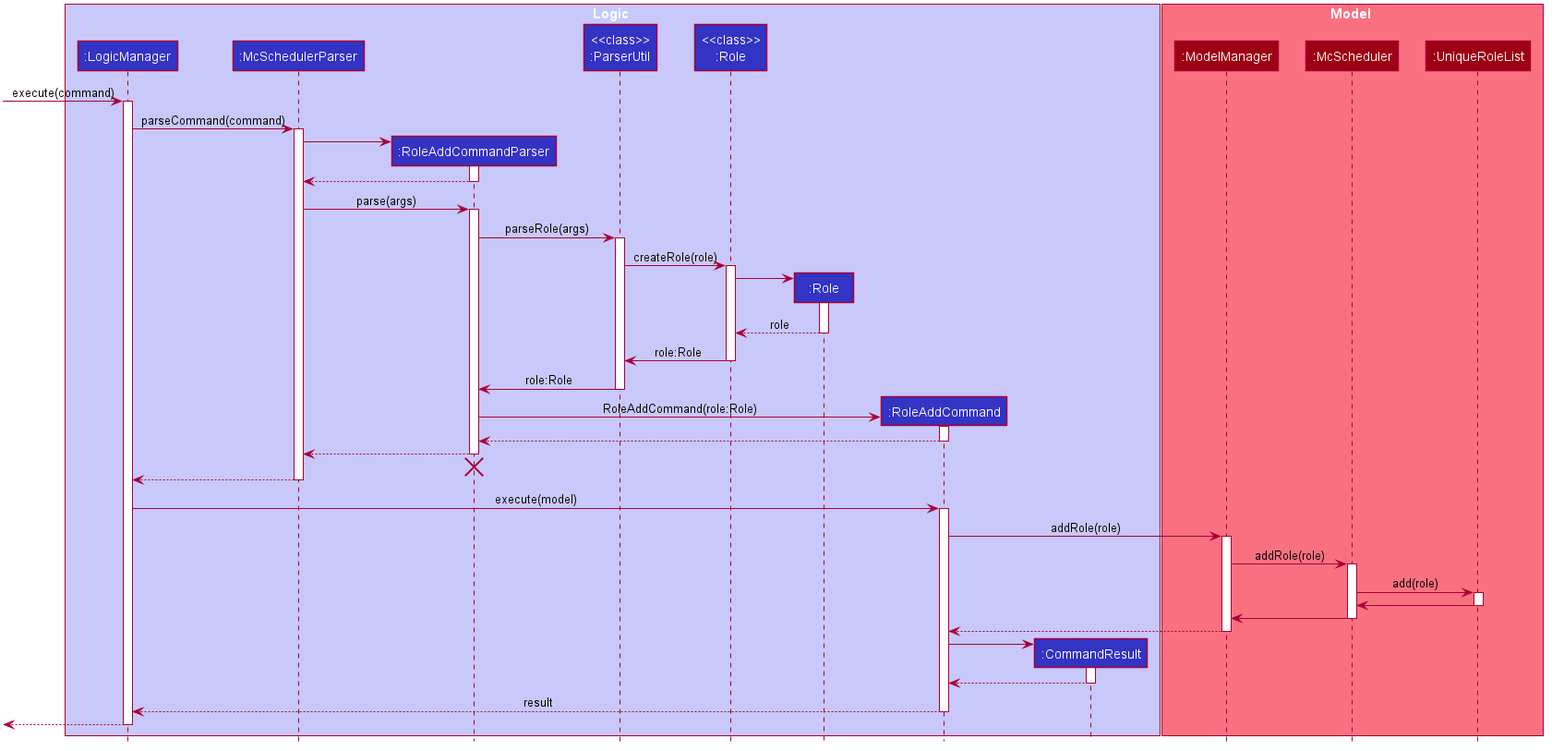
Above: docs/images/AddRoleSequenceDiagram.png in wakululuu/tp (PlantUML), before the change. Source of this version:
```plantuml
@startuml








skinparam BackgroundColor #FFFFFFF

skinparam Shadowing false

skinparam Class {
    FontColor #FFFFFF
    BorderThickness 1
    BorderColor #FFFFFF
    StereotypeFontColor #FFFFFF
    FontName Arial
    AttributeFontColor #FFFFFF
    AttributeFontName Arial
}

skinparam Actor {
    BorderColor #000000
    Color #000000
    FontName Arial
}

skinparam Sequence {
    MessageAlign center
    BoxFontSize 15
    BoxPadding 0
    BoxFontColor #FFFFFF
    FontName Arial
}

skinparam Participant {
    FontColor #FFFFFFF
    Padding 20
}

skinparam MinClassWidth 50
skinparam ParticipantPadding 10
skinparam Shadowing false
skinparam DefaultTextAlignment center
skinparam packageStyle Rectangle

hide footbox
hide empty members
hide circle

box Logic #C8C8FA
participant ":LogicManager" as LogicManager #3333C4
participant ":McSchedulerParser" as McSchedulerParser #3333C4
participant ":RoleAddCommandParser" as RoleAddCommandParser #3333C4
participant "<<class>>\n:ParserUtil" as ParserUtil #3333C4
participant "<<class>>\n:Role" as Role_CLASS #3333C4
participant ":Role" as Role #3333C4
participant ":RoleAddCommand" as RoleAddCommand #3333C4
participant ":CommandResult" as CommandResult #3333C4
end box

box Model #F97181
participant ":ModelManager" as ModelManager #9D0012
participant ":McScheduler" as McScheduler #9D0012
participant ":UniqueRoleList" as UniqueRoleList #9D0012
end box

[-> LogicManager : execute(command)
activate LogicManager

LogicManager -> McSchedulerParser : parseCommand(command)
activate McSchedulerParser

create RoleAddCommandParser
McSchedulerParser -> RoleAddCommandParser
activate RoleAddCommandParser

RoleAddCommandParser --> McSchedulerParser
deactivate RoleAddCommandParser

McSchedulerParser -> RoleAddCommandParser : parse(args)
activate RoleAddCommandParser

RoleAddCommandParser -> ParserUtil : parseRole(args)
activate ParserUtil

ParserUtil -> Role_CLASS : createRole(role)
activate Role_CLASS

create Role
Role_CLASS -> Role
activate Role

return role
deactivate Role

Role_CLASS -> ParserUtil : role:Role
deactivate Role_CLASS

ParserUtil -> RoleAddCommandParser : role:Role
deactivate ParserUtil

create RoleAddCommand
RoleAddCommandParser -> RoleAddCommand : RoleAddCommand(role:Role)
activate RoleAddCommand


RoleAddCommand --> RoleAddCommandParser
deactivate RoleAddCommand

RoleAddCommandParser --> McSchedulerParser
deactivate RoleAddCommandParser
RoleAddCommandParser -[hidden]-> McSchedulerParser
destroy RoleAddCommandParser

McSchedulerParser --> LogicManager
deactivate McSchedulerParser

LogicManager -> RoleAddCommand : execute(model)
activate RoleAddCommand

RoleAddCommand -> ModelManager : addRole(role)
activate ModelManager

ModelManager -> McScheduler : addRole(role)
activate McScheduler

McScheduler -> UniqueRoleList : add(role)
activate UniqueRoleList

UniqueRoleList -> McScheduler
deactivate UniqueRoleList

McScheduler -> ModelManager
deactivate McScheduler

ModelManager --> RoleAddCommand
deactivate ModelManager

create CommandResult
RoleAddCommand -> CommandResult
activate CommandResult

CommandResult --> RoleAddCommand
deactivate CommandResult

RoleAddCommand --> LogicManager : result
deactivate RoleAddCommand

[<--LogicManager
deactivate LogicManager
@enduml
```
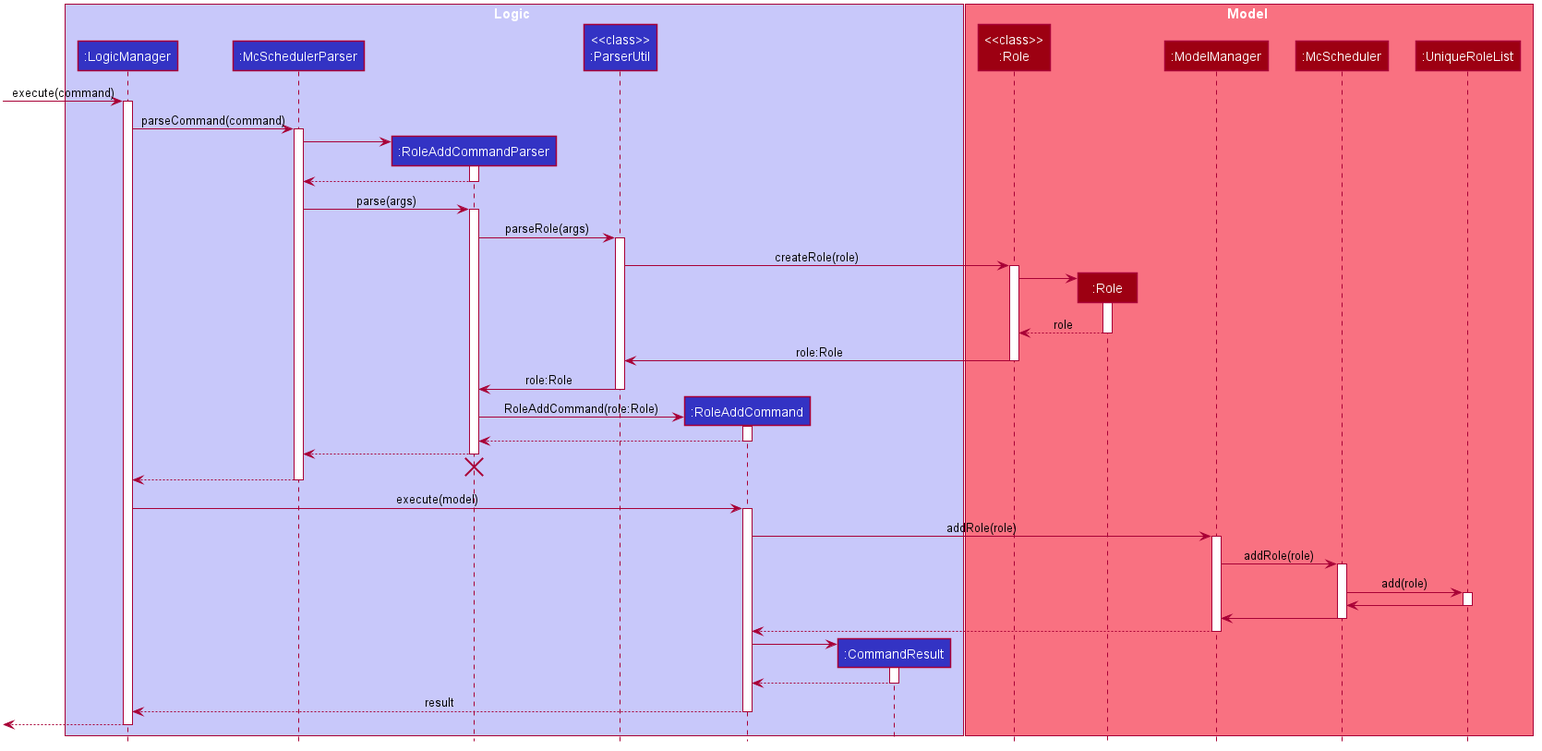
The same file after the commit.

Commit message:
Update UML diagram for Role

What changed in the source:
```diff
@@ -55,13 +55,14 @@
 participant ":McSchedulerParser" as McSchedulerParser #3333C4
 participant ":RoleAddCommandParser" as RoleAddCommandParser #3333C4
 participant "<<class>>\n:ParserUtil" as ParserUtil #3333C4
-participant "<<class>>\n:Role" as Role_CLASS #3333C4
-participant ":Role" as Role #3333C4
+
 participant ":RoleAddCommand" as RoleAddCommand #3333C4
 participant ":CommandResult" as CommandResult #3333C4
 end box
 
 box Model #F97181
+participant "<<class>>\n:Role" as Role_CLASS #9D0012
+participant ":Role" as Role #9D0012
 participant ":ModelManager" as ModelManager #9D0012
 participant ":McScheduler" as McScheduler #9D0012
 participant ":UniqueRoleList" as UniqueRoleList #9D0012
```
